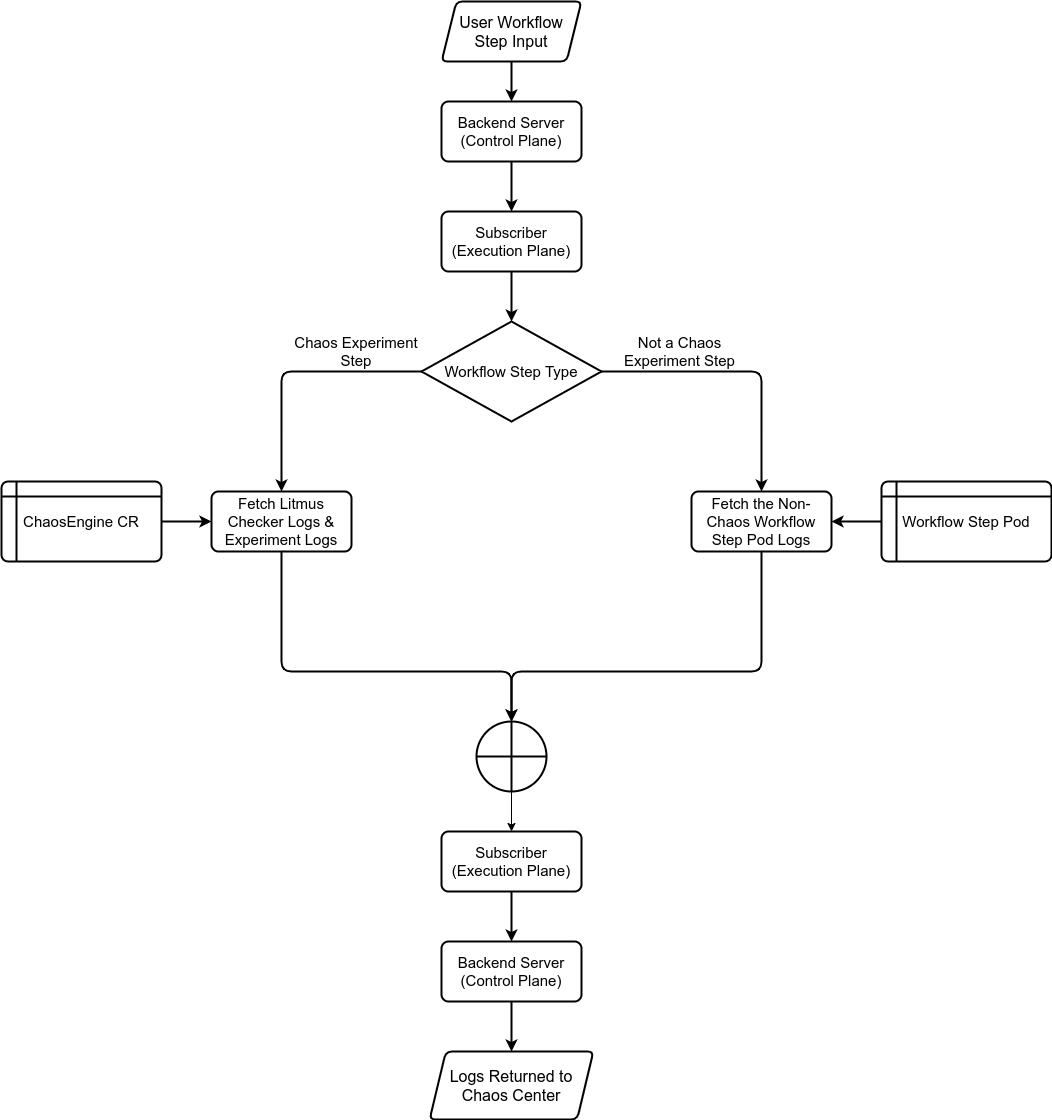
Before: website/versioned_docs/version-2.0.0/assets/chaos-observability-flow-logging.png, a diagram exported from draw.io (litmuschaos/litmus-docs). Source tidied: cells renumbered, new cells last; positions are measured from the earlier drawing's top-left corner, leaving out a move shared by most shapes.
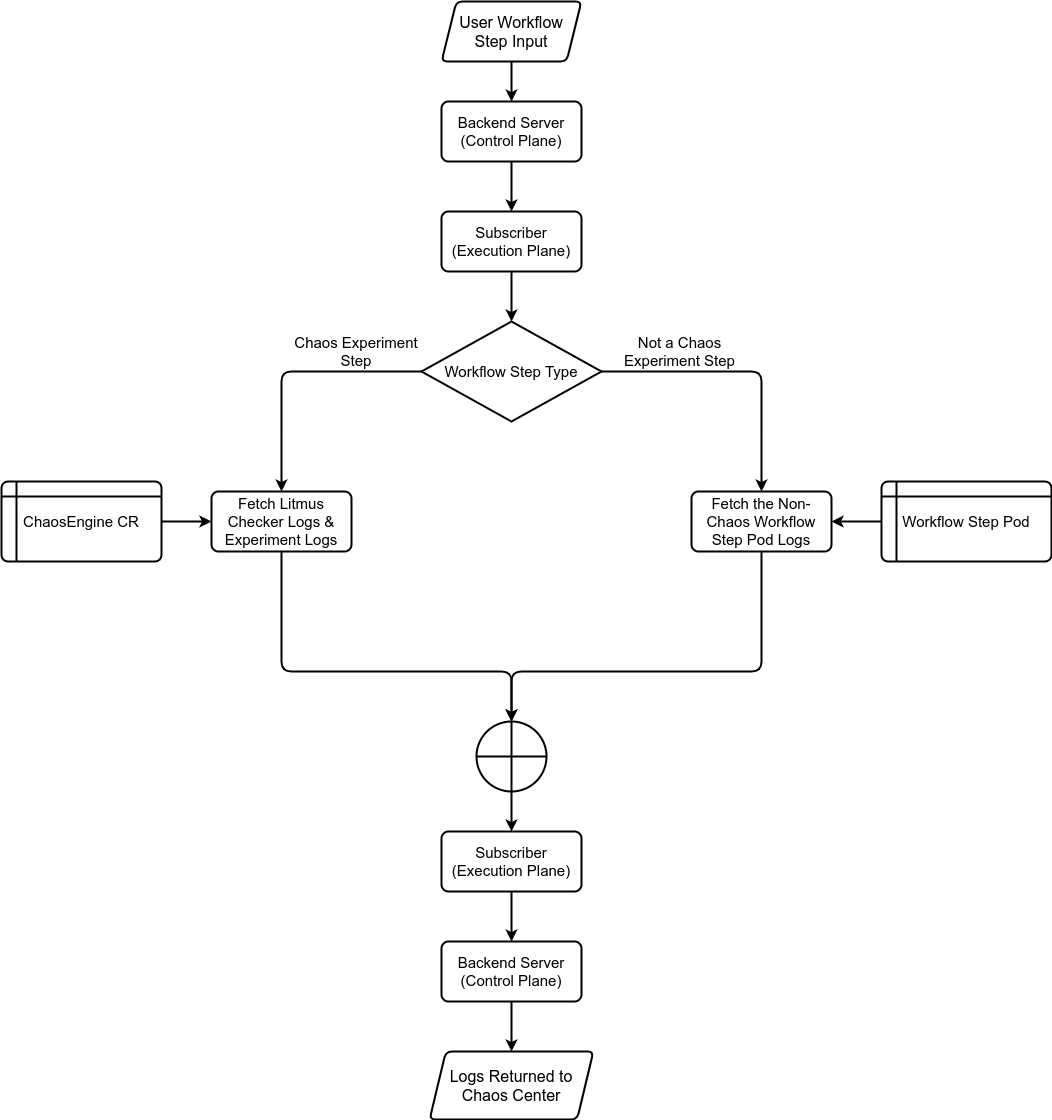
After the commit.

What changed in the source:
```diff
@@ -62,7 +62,7 @@
     <mxCell id="16" value="Fetch the Non-Chaos Workflow Step Pod Logs" style="rounded=1;whiteSpace=wrap;html=1;absoluteArcSize=1;arcSize=14;strokeWidth=2;fontSize=15;" parent="1" vertex="1">
       <mxGeometry x="690" y="490" width="140" height="60" as="geometry" />
     </mxCell>
-    <mxCell id="17" style="edgeStyle=orthogonalEdgeStyle;rounded=0;jettySize=auto;html=1;exitX=0.5;exitY=1;exitDx=0;exitDy=0;exitPerimeter=0;entryX=0.5;entryY=0;entryDx=0;entryDy=0;" parent="1" edge="1" source="18" target="25">
+    <mxCell id="17" style="edgeStyle=orthogonalEdgeStyle;rounded=0;jettySize=auto;html=1;exitX=0.5;exitY=1;exitDx=0;exitDy=0;exitPerimeter=0;entryX=0.5;entryY=0;entryDx=0;entryDy=0;strokeWidth=2;" parent="1" edge="1" source="18" target="25">
       <mxGeometry relative="1" as="geometry" />
     </mxCell>
     <mxCell id="18" style="verticalLabelPosition=bottom;verticalAlign=top;html=1;shape=mxgraph.flowchart.summing_function;fontSize=15;strokeWidth=2;" parent="1" vertex="1">
```
